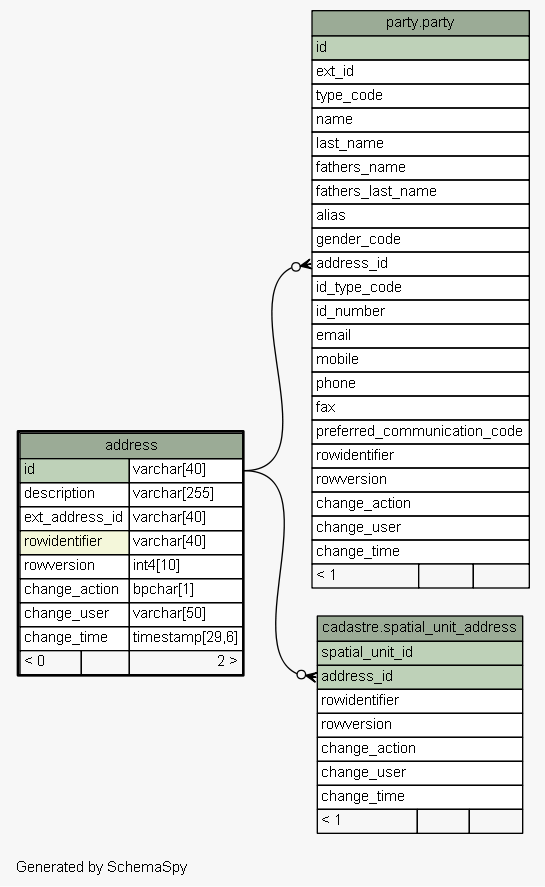
The Graphviz diagram doc/address/diagrams/address.1degree.png in SOLA-FAO/database_sola, before a commit. Its source is kept beside it as doc/address/diagrams/address.1degree.dot.
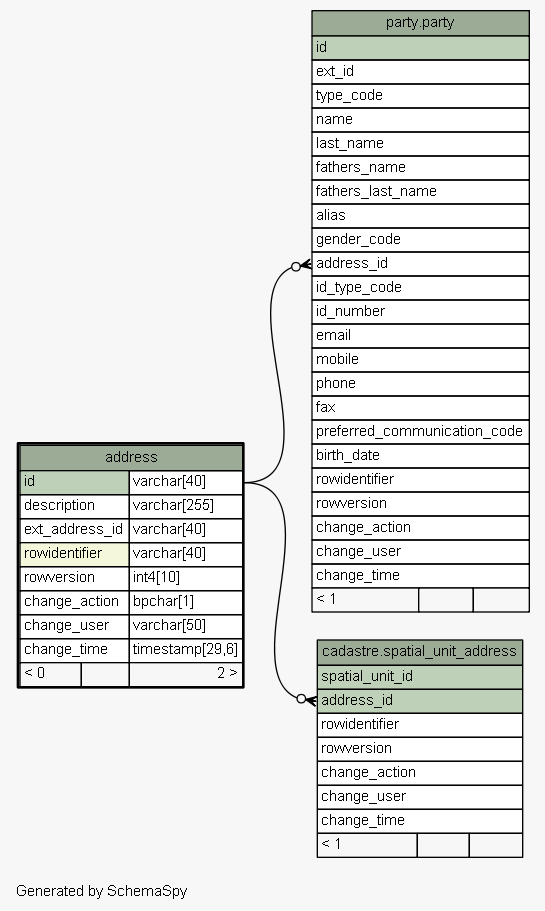
The same diagram one commit later.

Diff of the diagram source:
```diff
@@ -57,6 +57,7 @@
       <TR><TD PORT="phone" COLSPAN="3" ALIGN="LEFT">phone</TD></TR>
       <TR><TD PORT="fax" COLSPAN="3" ALIGN="LEFT">fax</TD></TR>
       <TR><TD PORT="preferred_communication_code" COLSPAN="3" ALIGN="LEFT">preferred_communication_code</TD></TR>
+      <TR><TD PORT="birth_date" COLSPAN="3" ALIGN="LEFT">birth_date</TD></TR>
       <TR><TD PORT="rowidentifier" COLSPAN="3" ALIGN="LEFT">rowidentifier</TD></TR>
       <TR><TD PORT="rowversion" COLSPAN="3" ALIGN="LEFT">rowversion</TD></TR>
       <TR><TD PORT="change_action" COLSPAN="3" ALIGN="LEFT">change_action</TD></TR>
```
